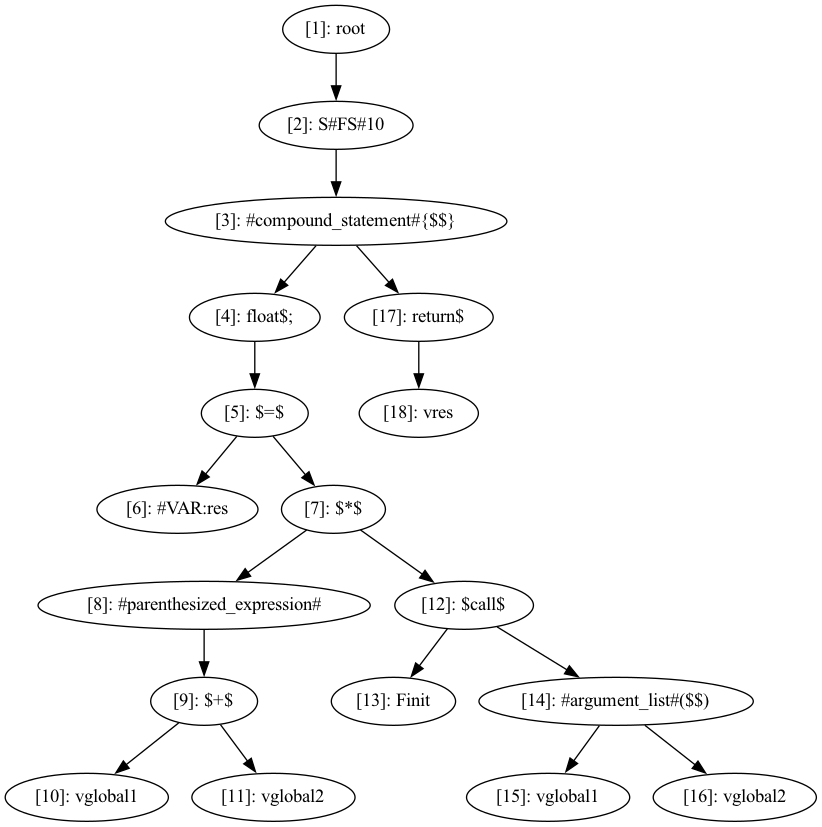
Above: cass.png in deryaerman/DIA-System-DS-Plagiarism-Checker-GIT (Graphviz), before the change. Its source is kept beside it as cass.dot.
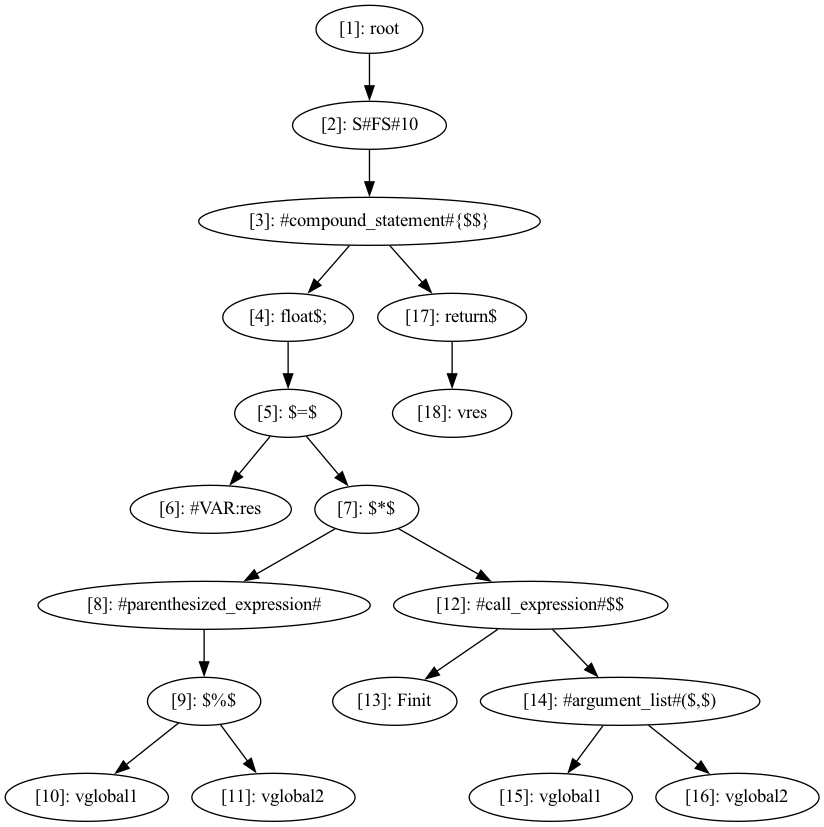
The same file after the commit.

Change to the diagram source:
```diff
@@ -8,12 +8,12 @@
   n6 [label="[6]: #VAR:res"];
   n7 [label="[7]: $*$"];
   n8 [label="[8]: #parenthesized_expression#"];
-  n9 [label="[9]: $+$"];
+  n9 [label="[9]: $%$"];
   n10 [label="[10]: vglobal1"];
   n11 [label="[11]: vglobal2"];
-  n12 [label="[12]: $call$"];
+  n12 [label="[12]: #call_expression#$$"];
   n13 [label="[13]: Finit"];
-  n14 [label="[14]: #argument_list#($$)"];
+  n14 [label="[14]: #argument_list#($,$)"];
   n15 [label="[15]: vglobal1"];
   n16 [label="[16]: vglobal2"];
   n17 [label="[17]: return$"];
```
